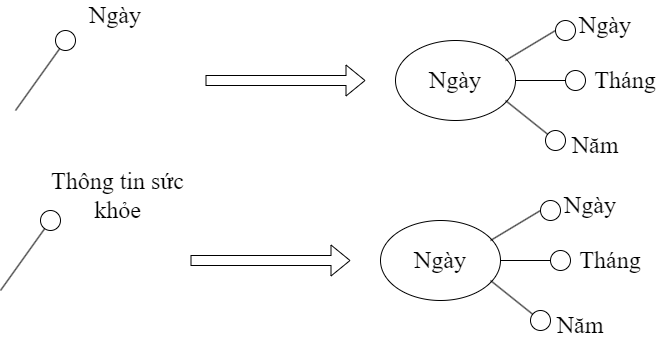
The draw.io diagram Luật thứ tám(trên xuống).png in datnham0212/learning, before a commit. Source tidied: cells renumbered, new cells last; positions are measured from the earlier drawing's top-left corner, leaving out a move shared by most shapes.
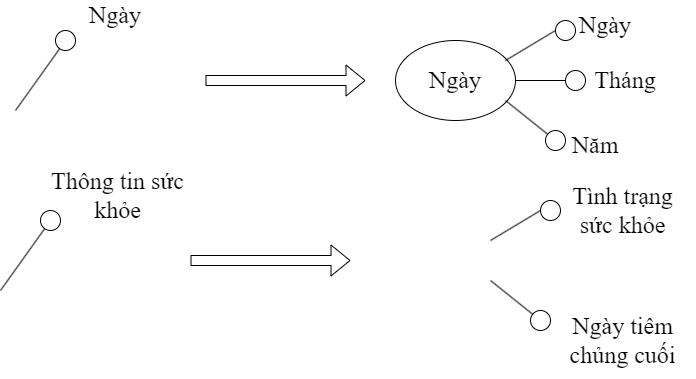
The same file after the commit.

Diff of the diagram source:
```diff
@@ -82,17 +82,11 @@
         <mxPoint x="350" y="260" as="targetPoint" />
       </mxGeometry>
     </mxCell>
-    <mxCell id="22" value="Ngày" style="ellipse;whiteSpace=wrap;html=1;fontFamily=Times New Roman;fontSize=24;" parent="1" vertex="1">
-      <mxGeometry x="380" y="220" width="120" height="80" as="geometry" />
-    </mxCell>
-    <mxCell id="23" value="Ngày" style="text;html=1;strokeColor=none;fillColor=none;align=center;verticalAlign=middle;whiteSpace=wrap;rounded=0;fontFamily=Times New Roman;fontSize=24;" parent="1" vertex="1">
-      <mxGeometry x="560" y="190" width="60" height="30" as="geometry" />
+    <mxCell id="23" value="Tình trạng sức khỏe" style="text;html=1;strokeColor=none;fillColor=none;align=center;verticalAlign=middle;whiteSpace=wrap;rounded=0;fontFamily=Times New Roman;fontSize=24;" parent="1" vertex="1">
+      <mxGeometry x="560" y="180" width="125" height="60" as="geometry" />
     </mxCell>
-    <mxCell id="24" value="Tháng" style="text;html=1;strokeColor=none;fillColor=none;align=center;verticalAlign=middle;whiteSpace=wrap;rounded=0;fontFamily=Times New Roman;fontSize=24;" parent="1" vertex="1">
-      <mxGeometry x="580" y="245" width="60" height="30" as="geometry" />
-    </mxCell>
-    <mxCell id="25" value="Năm" style="text;html=1;strokeColor=none;fillColor=none;align=center;verticalAlign=middle;whiteSpace=wrap;rounded=0;fontFamily=Times New Roman;fontSize=24;" parent="1" vertex="1">
-      <mxGeometry x="550" y="310" width="60" height="30" as="geometry" />
+    <mxCell id="25" value="Ngày tiêm chủng cuối" style="text;html=1;strokeColor=none;fillColor=none;align=center;verticalAlign=middle;whiteSpace=wrap;rounded=0;fontFamily=Times New Roman;fontSize=24;" parent="1" vertex="1">
+      <mxGeometry x="550" y="310" width="145" height="60" as="geometry" />
     </mxCell>
     <mxCell id="26" style="endArrow=none;html=1;rounded=0;" parent="1" edge="1">
       <mxGeometry relative="1" as="geometry">
@@ -100,12 +94,6 @@
         <mxPoint x="540" y="210" as="targetPoint" />
       </mxGeometry>
     </mxCell>
-    <mxCell id="27" style="endArrow=none;html=1;rounded=0;" parent="1" edge="1">
-      <mxGeometry relative="1" as="geometry">
-        <mxPoint x="500" y="260" as="sourcePoint" />
-        <mxPoint x="550" y="260" as="targetPoint" />
-      </mxGeometry>
-    </mxCell>
     <mxCell id="28" style="endArrow=none;html=1;rounded=0;startArrow=none;" parent="1" edge="1" source="32">
       <mxGeometry relative="1" as="geometry">
         <mxPoint x="490" y="280" as="targetPoint" />
@@ -114,9 +102,6 @@
     <mxCell id="29" style="ellipse;whiteSpace=wrap;html=1;fontFamily=Times New Roman;fontSize=24;" parent="1" vertex="1">
       <mxGeometry x="540" y="200" width="20" height="20" as="geometry" />
     </mxCell>
-    <mxCell id="30" style="ellipse;whiteSpace=wrap;html=1;fontFamily=Times New Roman;fontSize=24;" parent="1" vertex="1">
-      <mxGeometry x="550" y="250" width="20" height="20" as="geometry" />
-    </mxCell>
     <mxCell id="31" style="endArrow=none;html=1;rounded=0;" parent="1" edge="1" target="32">
       <mxGeometry relative="1" as="geometry">
         <mxPoint x="540" y="320" as="sourcePoint" />
```
